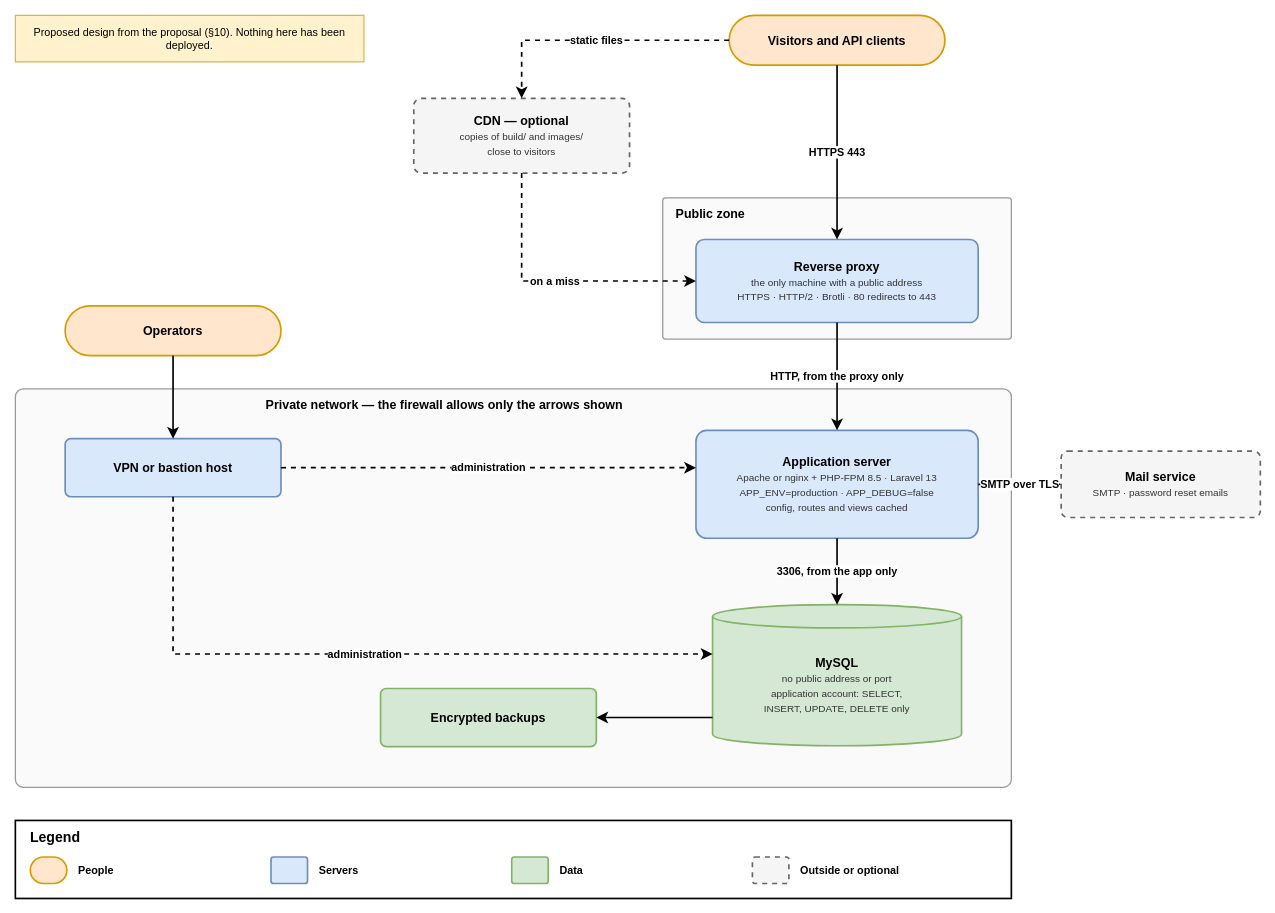
Above: docs/diagrams/7-production-deployment.drawio in richardgong1987/CSCK543-end-assignment (draw.io), before the change. Source tidied: cells renumbered, new cells numbered last; positions are measured from the earlier drawing's top-left corner, leaving out a move shared by most shapes. Both pictures are drawn from the tidied source at 83%, with x=0, y=0 at pixel (15, 15).
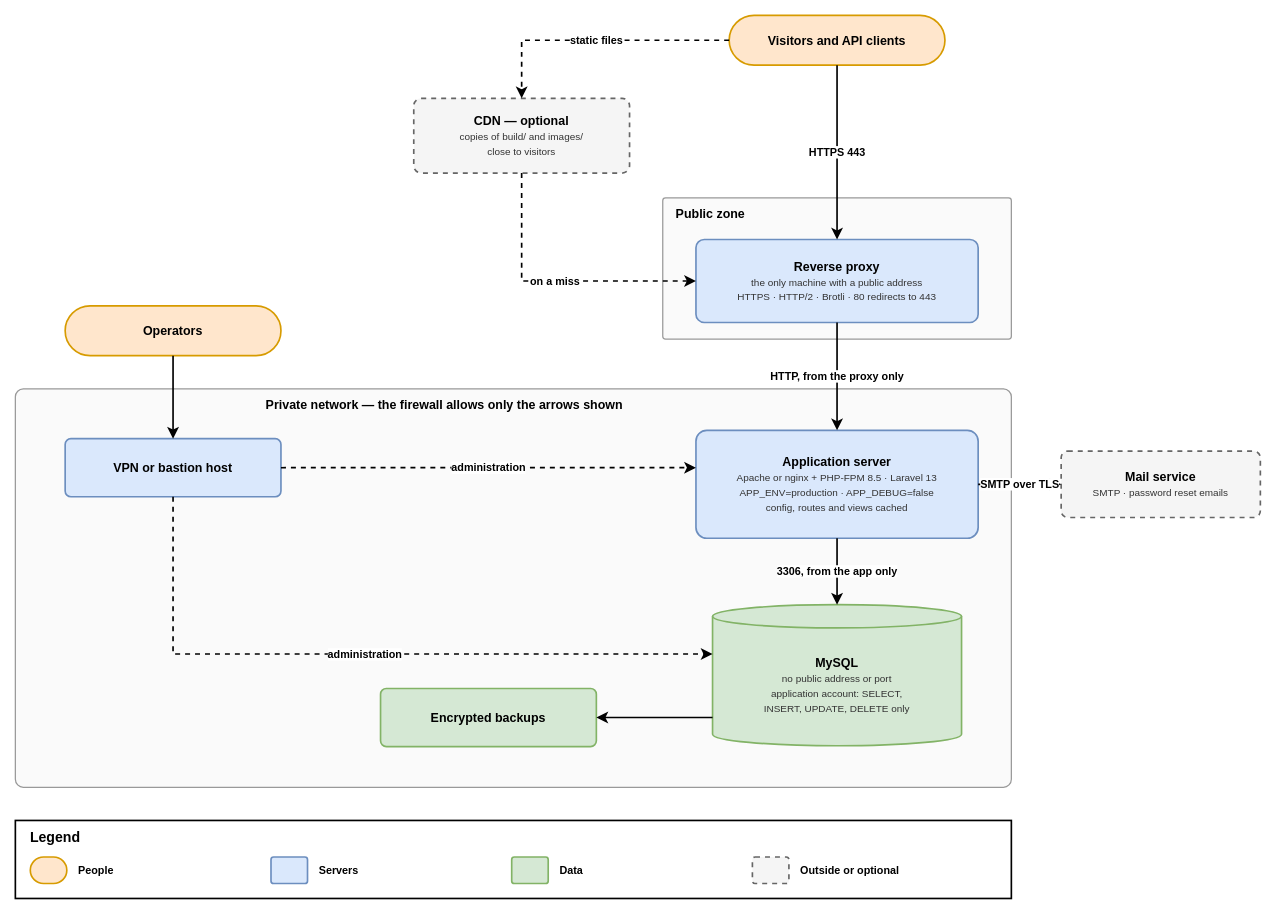
The same diagram, later.

What changed in the source:
```diff
@@
-    <mxCell id="2" value="Proposed design from the proposal (§10). Nothing here has been deployed." style="rounded=0;whiteSpace=wrap;html=1;strokeWidth=1.5;fontSize=13;fontFamily=Helvetica;fillColor=#fff2cc;strokeColor=#d6b656;" parent="1" vertex="1">
-      <mxGeometry width="420" height="56" as="geometry" />
-    </mxCell>
```
